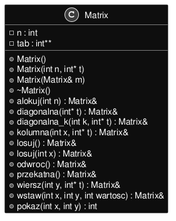
Earlier version of the PlantUML export inline_umlgraph_1.png (kluchoo/Matrix).
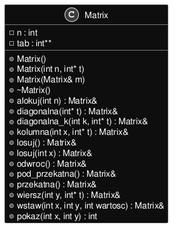
Above is the later version.

The edit, as a diff of the source:
```diff
@@ -16,6 +16,7 @@
 +losuj() : Matrix&
 +losuj(int x) : Matrix&
 +odwroc() : Matrix&
++pod_przekatna() : Matrix&
 +przekatna() : Matrix&
 +wiersz(int y, int* t) : Matrix&
 +wstaw(int x, int y, int wartosc) : Matrix&
```
